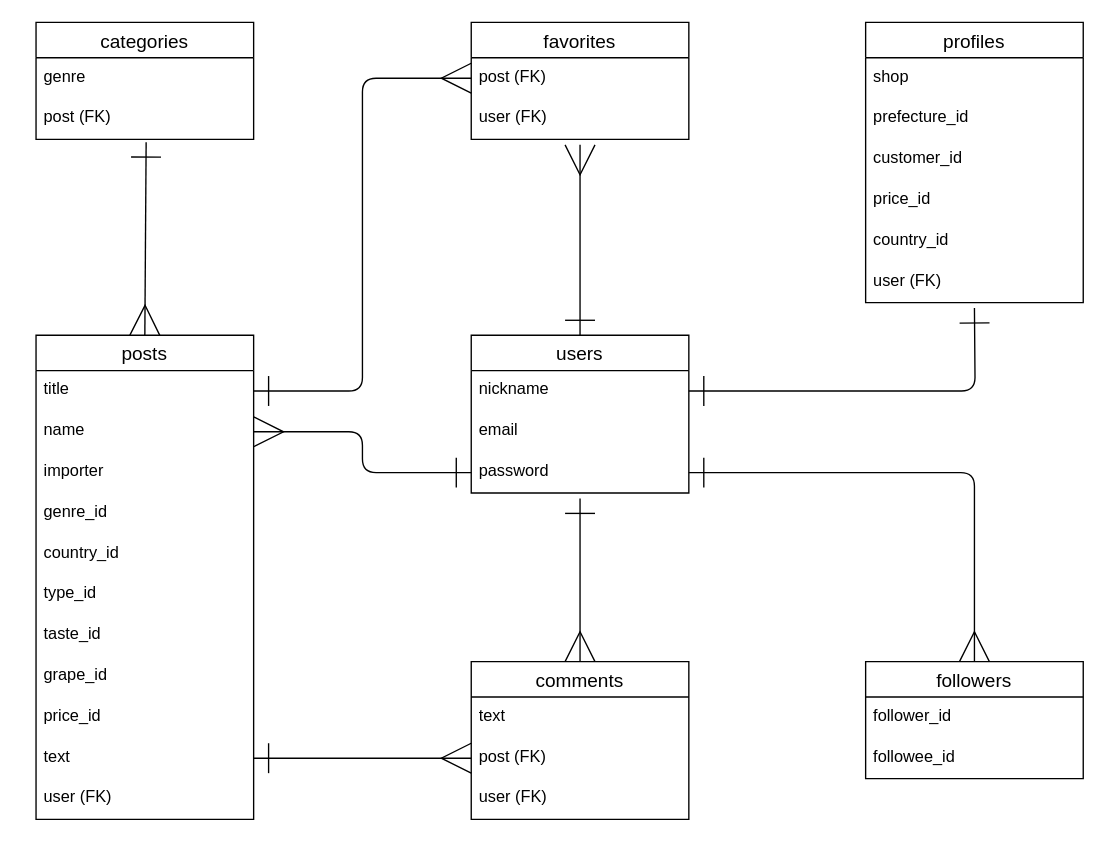
Above: ER .dio in chicorycoffee/wineshopclub (draw.io), before the change. Source tidied: cells renumbered, new cells numbered last; positions are measured from the earlier drawing's top-left corner, leaving out a move shared by most shapes. Both pictures are drawn from the tidied source at 136%, with x=0, y=0 at pixel (35, 22).
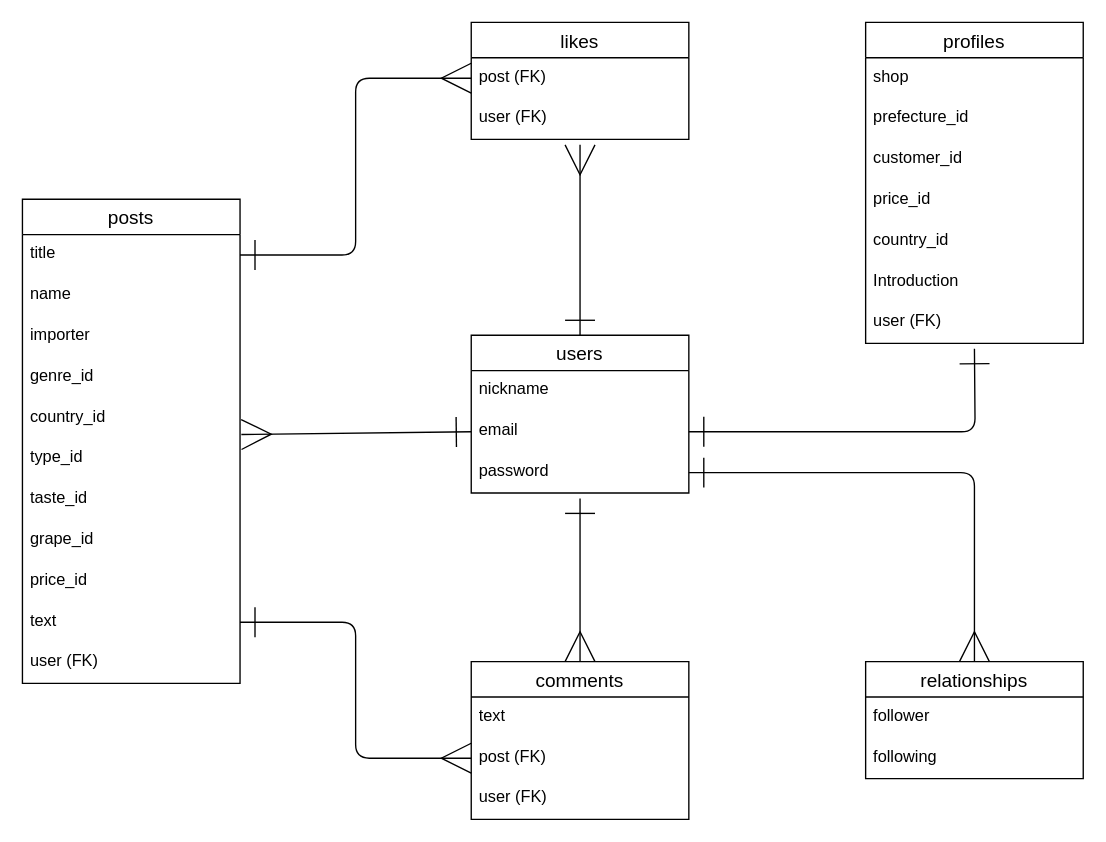
The same diagram, later.

Commit message (it also covers changes not shown here):
体裁整え・README・ER

Unchanged cells that the change refers to:
```xml
<mxCell id="5" value="name" style="text;strokeColor=none;fillColor=none;spacingLeft=4;spacingRight=4;overflow=hidden;points=[[0,0.5],[1,0.5]];portConstraint=eastwest;fontSize=12;" parent="3" vertex="1">
  <mxGeometry y="56" width="160" height="30" as="geometry" />
</mxCell>
<mxCell id="9" value="type_id&#10;" style="text;strokeColor=none;fillColor=none;spacingLeft=4;spacingRight=4;overflow=hidden;points=[[0,0.5],[1,0.5]];portConstraint=eastwest;fontSize=12;" parent="3" vertex="1">
  <mxGeometry y="176" width="160" height="30" as="geometry" />
</mxCell>
<mxCell id="17" value="nickname" style="text;strokeColor=none;fillColor=none;spacingLeft=4;spacingRight=4;overflow=hidden;points=[[0,0.5],[1,0.5]];portConstraint=eastwest;fontSize=12;" parent="16" vertex="1">
  <mxGeometry y="26" width="160" height="30" as="geometry" />
</mxCell>
<mxCell id="18" value="email" style="text;strokeColor=none;fillColor=none;spacingLeft=4;spacingRight=4;overflow=hidden;points=[[0,0.5],[1,0.5]];portConstraint=eastwest;fontSize=12;" parent="16" vertex="1">
  <mxGeometry y="56" width="160" height="30" as="geometry" />
</mxCell>
<mxCell id="19" value="password" style="text;strokeColor=none;fillColor=none;spacingLeft=4;spacingRight=4;overflow=hidden;points=[[0,0.5],[1,0.5]];portConstraint=eastwest;fontSize=12;" parent="16" vertex="1">
  <mxGeometry y="86" width="160" height="30" as="geometry" />
</mxCell>
```

The edit, as a diff of the source:
```diff
@@
-    <mxCell id="2" style="edgeStyle=none;html=1;exitX=0.5;exitY=0;exitDx=0;exitDy=0;startArrow=ERmany;startFill=0;endArrow=ERone;endFill=0;entryX=0.506;entryY=1.067;entryDx=0;entryDy=0;entryPerimeter=0;strokeWidth=1;endSize=20;startSize=20;" parent="1" edge="1" source="3" target="40">
-      <mxGeometry relative="1" as="geometry" />
-    </mxCell>
     <mxCell id="3" value="posts" style="swimlane;fontStyle=0;horizontal=1;startSize=26;align=center;fontSize=14;" parent="1" vertex="1">
-      <mxGeometry y="230" width="160" height="356" as="geometry" />
+      <mxGeometry x="-10" y="130" width="160" height="356" as="geometry" />
     </mxCell>
@@
     <mxCell id="20" value="profiles" style="swimlane;fontStyle=0;horizontal=1;startSize=26;align=center;fontSize=14;" parent="1" vertex="1">
-      <mxGeometry x="610" width="160" height="206" as="geometry" />
+      <mxGeometry x="610" width="160" height="236" as="geometry" />
     </mxCell>
@@
+    <mxCell id="46" value="Introduction" style="text;strokeColor=none;fillColor=none;spacingLeft=4;spacingRight=4;overflow=hidden;fontSize=12;" parent="20" vertex="1">
+      <mxGeometry y="176" width="160" height="30" as="geometry" />
+    </mxCell>
     <mxCell id="26" value="user (FK)" style="text;strokeColor=none;fillColor=none;spacingLeft=4;spacingRight=4;overflow=hidden;fontSize=12;" parent="20" vertex="1">
-      <mxGeometry y="176" width="160" height="30" as="geometry" />
+      <mxGeometry y="206" width="160" height="30" as="geometry" />
     </mxCell>
-    <mxCell id="27" value="followers" style="swimlane;fontStyle=0;horizontal=1;startSize=26;align=center;fontSize=14;" parent="1" vertex="1">
+    <mxCell id="27" value="relationships" style="swimlane;fontStyle=0;horizontal=1;startSize=26;align=center;fontSize=14;" parent="1" vertex="1">
       <mxGeometry x="610" y="470" width="160" height="86" as="geometry" />
     </mxCell>
-    <mxCell id="28" value="follower_id" style="text;strokeColor=none;fillColor=none;spacingLeft=4;spacingRight=4;overflow=hidden;fontSize=12;" parent="27" vertex="1">
+    <mxCell id="28" value="follower" style="text;strokeColor=none;fillColor=none;spacingLeft=4;spacingRight=4;overflow=hidden;fontSize=12;" parent="27" vertex="1">
       <mxGeometry y="26" width="160" height="30" as="geometry" />
     </mxCell>
-    <mxCell id="29" value="followee_id" style="text;strokeColor=none;fillColor=none;spacingLeft=4;spacingRight=4;overflow=hidden;fontSize=12;" parent="27" vertex="1">
+    <mxCell id="29" value="following" style="text;strokeColor=none;fillColor=none;spacingLeft=4;spacingRight=4;overflow=hidden;fontSize=12;" parent="27" vertex="1">
       <mxGeometry y="56" width="160" height="30" as="geometry" />
     </mxCell>
@@
-    <mxCell id="35" value="favorites" style="swimlane;fontStyle=0;horizontal=1;startSize=26;align=center;fontSize=14;" parent="1" vertex="1">
+    <mxCell id="35" value="likes" style="swimlane;fontStyle=0;horizontal=1;startSize=26;align=center;fontSize=14;" parent="1" vertex="1">
       <mxGeometry x="320" width="160" height="86" as="geometry" />
     </mxCell>
@@
-    <mxCell id="38" value="categories" style="swimlane;fontStyle=0;horizontal=1;startSize=26;align=center;fontSize=14;" parent="1" vertex="1">
-      <mxGeometry width="160" height="86" as="geometry" />
-    </mxCell>
-    <mxCell id="39" value="genre" style="text;strokeColor=none;fillColor=none;spacingLeft=4;spacingRight=4;overflow=hidden;fontSize=12;" parent="38" vertex="1">
-      <mxGeometry y="26" width="160" height="30" as="geometry" />
-    </mxCell>
-    <mxCell id="40" value="post (FK)&#10;" style="text;strokeColor=none;fillColor=none;spacingLeft=4;spacingRight=4;overflow=hidden;points=[[0,0.5],[1,0.5]];portConstraint=eastwest;fontSize=12;" parent="38" vertex="1">
-      <mxGeometry y="56" width="160" height="30" as="geometry" />
-    </mxCell>
@@
-    <mxCell id="42" style="edgeStyle=orthogonalEdgeStyle;html=1;exitX=1;exitY=0.5;exitDx=0;exitDy=0;strokeWidth=1;startArrow=ERone;startFill=0;endArrow=ERone;endFill=0;startSize=20;endSize=20;" parent="1" edge="1" source="17">
-      <mxGeometry relative="1" as="geometry">
-        <mxPoint x="690" y="210" as="targetPoint" />
-      </mxGeometry>
-    </mxCell>
@@
-    <mxCell id="44" style="edgeStyle=orthogonalEdgeStyle;html=1;exitX=1;exitY=0.5;exitDx=0;exitDy=0;entryX=0;entryY=0.5;entryDx=0;entryDy=0;strokeWidth=1;startArrow=ERmany;startFill=0;endArrow=ERone;endFill=0;startSize=20;endSize=20;" parent="1" edge="1" source="5" target="19">
-      <mxGeometry relative="1" as="geometry" />
-    </mxCell>
@@
+    <mxCell id="47" style="edgeStyle=none;html=1;exitX=1.006;exitY=-0.1;exitDx=0;exitDy=0;entryX=0;entryY=0.5;entryDx=0;entryDy=0;endArrow=ERone;endFill=0;startArrow=ERmany;startFill=0;endSize=20;startSize=20;exitPerimeter=0;" parent="1" edge="1" source="9" target="18">
+      <mxGeometry relative="1" as="geometry" />
+    </mxCell>
+    <mxCell id="48" style="edgeStyle=orthogonalEdgeStyle;html=1;exitX=1;exitY=0.5;exitDx=0;exitDy=0;startArrow=ERone;startFill=0;endArrow=ERone;endFill=0;startSize=20;endSize=20;" parent="1" edge="1" source="18">
+      <mxGeometry relative="1" as="geometry">
+        <mxPoint x="690" y="240" as="targetPoint" />
+      </mxGeometry>
+    </mxCell>
```
